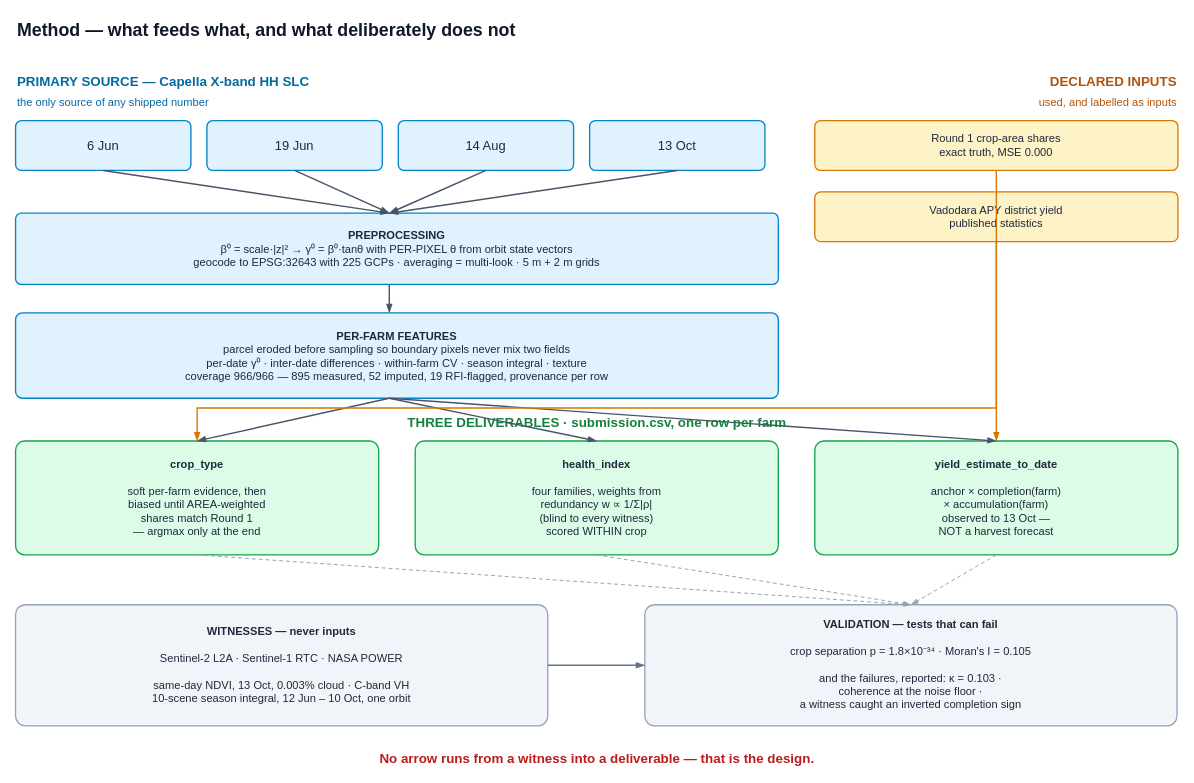
Before: docs/method_overview.drawio in Yashraj009/AISEHACK-2.0-T1-R2, a draw.io diagram. Source tidied: cells renumbered, new cells numbered last; positions are measured from the earlier drawing's top-left corner, leaving out a move shared by most shapes. Both pictures are drawn from the tidied source at 89%, with x=0, y=0 at pixel (15, 15).
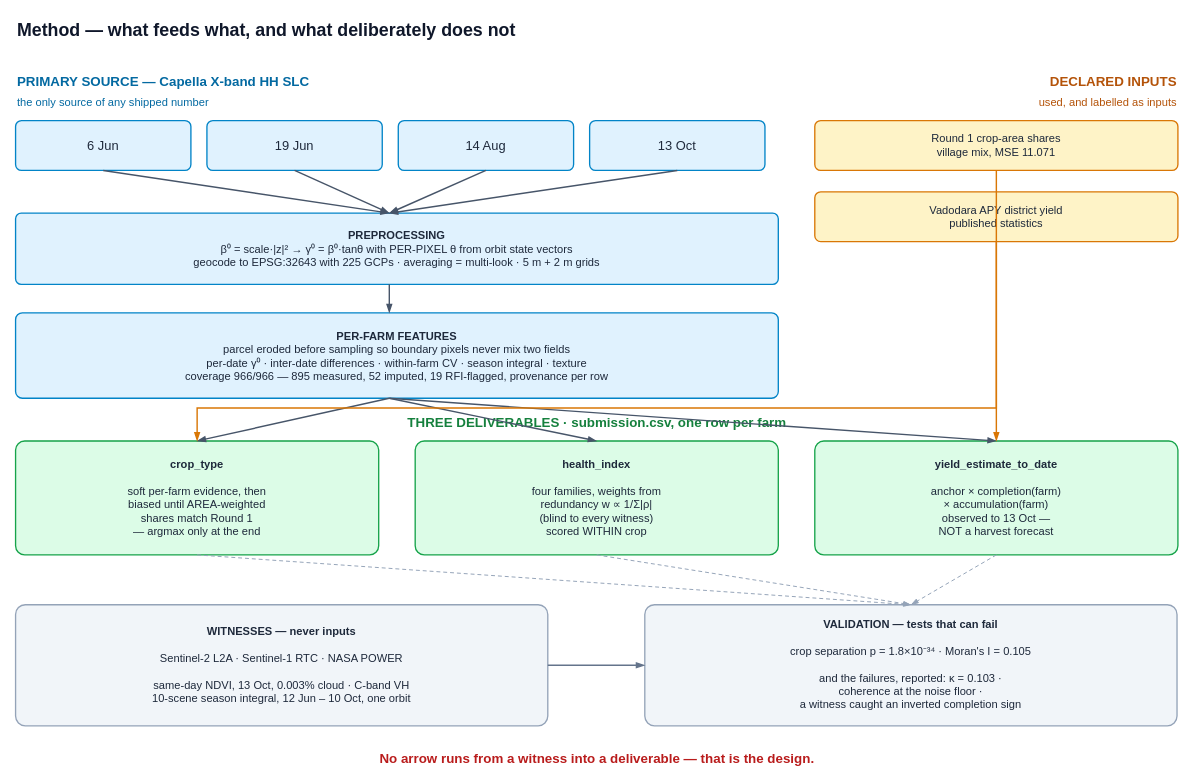
The same diagram, later.

Commit message (it also covers changes not shown here):
Correct the Round 1 score to 11.071, and stop calling the shares exact

The edit, as a diff of the source:
```diff
@@
-    <mxCell id="13" value="Round 1 crop-area shares&lt;br&gt;exact truth, MSE 0.000" style="rounded=1;arcSize=12;html=1;whiteSpace=wrap;fillColor=#fef3c7;strokeColor=#d97706;strokeWidth=1.5;fontSize=12.5;fontColor=#1e293b;" parent="1" vertex="1">
+    <mxCell id="13" value="Round 1 crop-area shares&lt;br&gt;village mix, MSE 11.071" style="rounded=1;arcSize=12;html=1;whiteSpace=wrap;fillColor=#fef3c7;strokeColor=#d97706;strokeWidth=1.5;fontSize=12.5;fontColor=#1e293b;" parent="1" vertex="1">
       <mxGeometry x="898" y="118" width="408" height="56" as="geometry" />
     </mxCell>
```
